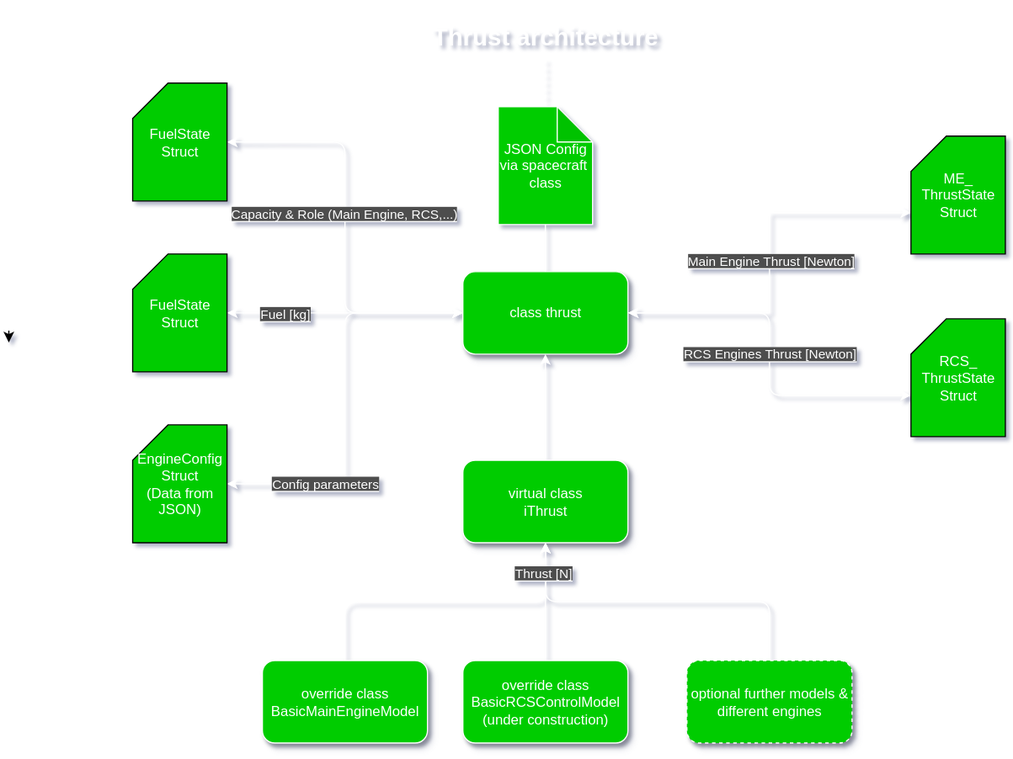
This is static/img/architecture/thrustStructure.drawio.svg from gerd-lrt-dev/aerospace-simulation, a draw.io export, as it was before one commit. Source tidied: cells renumbered, new cells last; positions are measured from the earlier drawing's top-left corner, leaving out a move shared by most shapes.
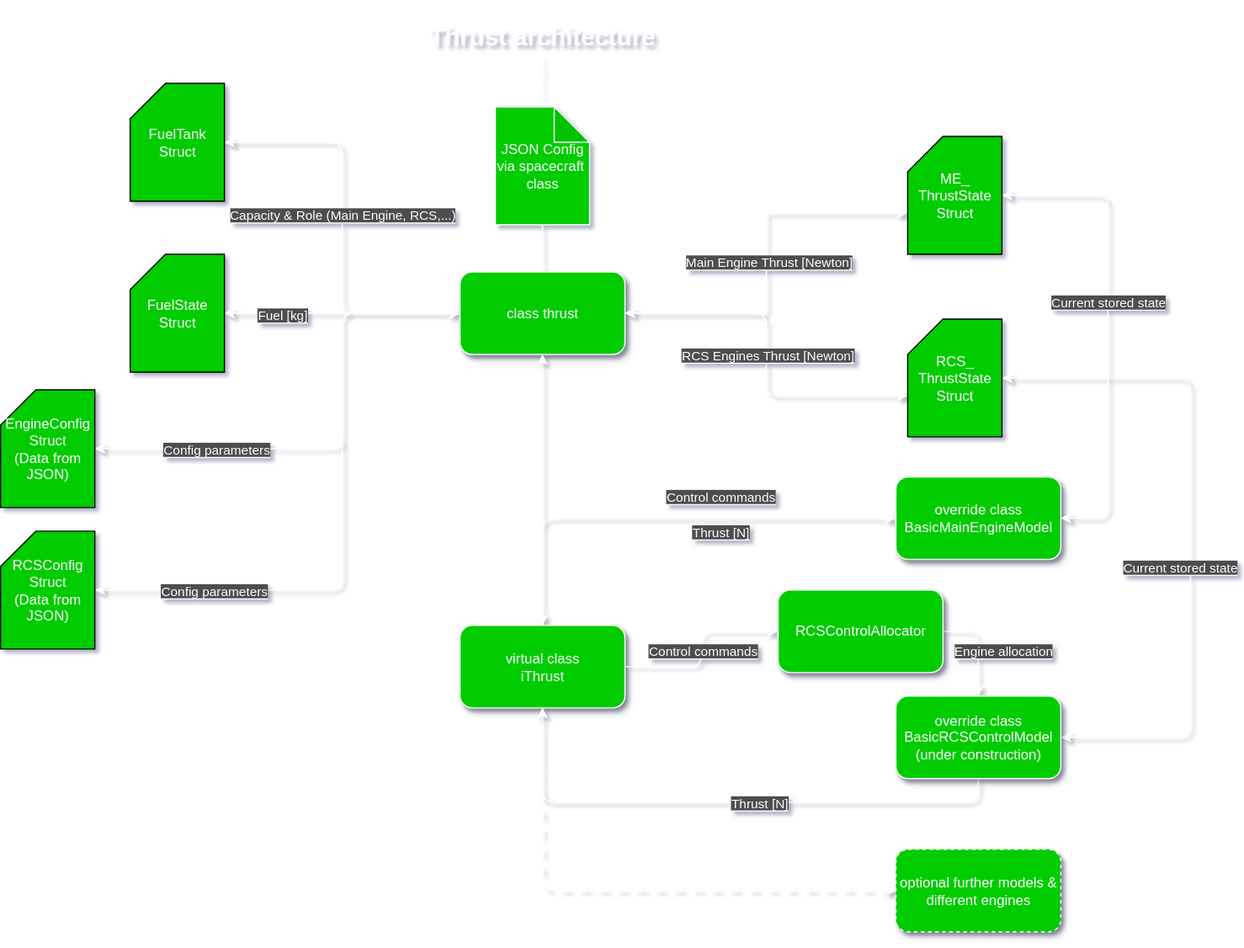
Later version of the same file.

What changed in the source:
```diff
@@ -17,32 +17,24 @@
     <mxCell id="5" style="edgeStyle=orthogonalEdgeStyle;rounded=0;jettySize=auto;html=1;exitX=0.5;exitY=0;exitDx=0;exitDy=0;entryX=0.5;entryY=1;entryDx=0;entryDy=0;strokeColor=#FFFFFF;" parent="1" edge="1" source="6" target="2">
       <mxGeometry relative="1" as="geometry" />
     </mxCell>
+    <mxCell id="33" style="edgeStyle=orthogonalEdgeStyle;rounded=1;jettySize=auto;html=1;exitX=0.5;exitY=1;exitDx=0;exitDy=0;entryX=0;entryY=0.5;entryDx=0;entryDy=0;dashed=1;dashPattern=8 8;curved=0;strokeColor=#FFFFFF;startArrow=classic;startFill=1;" parent="1" edge="1" source="6" target="10">
+      <mxGeometry relative="1" as="geometry" />
+    </mxCell>
     <mxCell id="6" value="&lt;font style=&quot;color: rgb(255, 255, 255);&quot;&gt;virtual class&lt;/font&gt;&lt;div&gt;&lt;font style=&quot;color: rgb(255, 255, 255);&quot;&gt;iThrust&lt;/font&gt;&lt;/div&gt;" style="rounded=1;whiteSpace=wrap;html=1;strokeColor=#FFFFFF;fillColor=#00CC00;shadow=1;" parent="1" vertex="1">
-      <mxGeometry x="385" y="390" width="140" height="70" as="geometry" />
+      <mxGeometry x="385" y="530" width="140" height="70" as="geometry" />
     </mxCell>
-    <mxCell id="7" style="edgeStyle=orthogonalEdgeStyle;rounded=1;jettySize=auto;html=1;exitX=0.5;exitY=0;exitDx=0;exitDy=0;strokeColor=#FFFFFF;curved=0;" parent="1" edge="1" source="8">
-      <mxGeometry relative="1" as="geometry">
-        <mxPoint x="455" y="460" as="targetPoint" />
-      </mxGeometry>
-    </mxCell>
+    <mxCell id="34" style="edgeStyle=orthogonalEdgeStyle;rounded=1;jettySize=auto;html=1;exitX=0;exitY=0.5;exitDx=0;exitDy=0;entryX=0.5;entryY=0;entryDx=0;entryDy=0;strokeColor=#FFFFFF;curved=0;startArrow=classic;startFill=1;" parent="1" edge="1" source="8" target="6">
+      <mxGeometry relative="1" as="geometry" />
+    </mxCell>
     <mxCell id="8" value="&lt;font style=&quot;color: rgb(255, 255, 255);&quot;&gt;override class&lt;/font&gt;&lt;div&gt;&lt;font style=&quot;color: rgb(255, 255, 255);&quot;&gt;BasicMainEngineModel&lt;/font&gt;&lt;/div&gt;" style="rounded=1;whiteSpace=wrap;html=1;strokeColor=#FFFFFF;fillColor=#00CC00;shadow=1;" parent="1" vertex="1">
-      <mxGeometry x="215" y="560" width="140" height="70" as="geometry" />
+      <mxGeometry x="755" y="404" width="140" height="70" as="geometry" />
     </mxCell>
-    <mxCell id="9" style="edgeStyle=orthogonalEdgeStyle;rounded=1;jettySize=auto;html=1;exitX=0.5;exitY=0;exitDx=0;exitDy=0;entryX=0.5;entryY=1;entryDx=0;entryDy=0;strokeColor=#FFFFFF;curved=0;" parent="1" edge="1" source="10" target="6">
-      <mxGeometry relative="1" as="geometry" />
-    </mxCell>
     <mxCell id="10" value="&lt;font style=&quot;color: rgb(255, 255, 255);&quot;&gt;optional further models &amp;amp; different engines&lt;/font&gt;" style="rounded=1;whiteSpace=wrap;html=1;strokeColor=#FFFFFF;fillColor=#00CC00;shadow=1;dashed=1;" parent="1" vertex="1">
-      <mxGeometry x="575" y="560" width="140" height="70" as="geometry" />
+      <mxGeometry x="755" y="720" width="140" height="70" as="geometry" />
     </mxCell>
     <mxCell id="11" value="&lt;font style=&quot;color: rgb(255, 255, 255); font-size: 21px;&quot;&gt;&lt;b&gt;Thrust architecture&lt;/b&gt;&lt;/font&gt;" style="text;html=1;align=center;verticalAlign=middle;whiteSpace=wrap;rounded=0;" parent="1" vertex="1">
       <mxGeometry x="325" width="260" height="60" as="geometry" />
     </mxCell>
-    <mxCell id="12" style="edgeStyle=orthogonalEdgeStyle;rounded=0;orthogonalLoop=1;jettySize=auto;html=1;exitX=0.25;exitY=0;exitDx=0;exitDy=0;entryX=0.25;entryY=0.143;entryDx=0;entryDy=0;entryPerimeter=0;" parent="1" edge="1">
-      <mxGeometry relative="1" as="geometry">
-        <mxPoint y="280" as="sourcePoint" />
-        <mxPoint y="290" as="targetPoint" />
-      </mxGeometry>
-    </mxCell>
     <mxCell id="13" style="edgeStyle=orthogonalEdgeStyle;rounded=1;jettySize=auto;html=1;exitX=1;exitY=0.5;exitDx=0;exitDy=0;exitPerimeter=0;entryX=0;entryY=0.5;entryDx=0;entryDy=0;strokeColor=#FFFFFF;curved=0;startArrow=classic;startFill=1;" parent="1" edge="1" source="15" target="2">
       <mxGeometry relative="1" as="geometry" />
     </mxCell>
@@ -53,13 +45,18 @@
       <mxGeometry x="105" y="215" width="80" height="100" as="geometry" />
     </mxCell>
     <mxCell id="16" style="edgeStyle=orthogonalEdgeStyle;rounded=1;jettySize=auto;html=1;exitX=1;exitY=0.5;exitDx=0;exitDy=0;exitPerimeter=0;strokeColor=#FFFFFF;curved=0;entryX=0;entryY=0.5;entryDx=0;entryDy=0;startArrow=classic;startFill=1;" parent="1" edge="1" source="18" target="2">
-      <mxGeometry relative="1" as="geometry" />
+      <mxGeometry relative="1" as="geometry">
+        <Array as="points">
+          <mxPoint x="285" y="380" />
+          <mxPoint x="285" y="265" />
+        </Array>
+      </mxGeometry>
     </mxCell>
     <mxCell id="17" value="&lt;font style=&quot;color: rgb(255, 255, 255); background-color: rgb(77, 77, 77);&quot;&gt;Config parameters&lt;/font&gt;" style="edgeLabel;html=1;align=center;verticalAlign=middle;" parent="16" vertex="1">
       <mxGeometry x="-0.52" relative="1" as="geometry" />
     </mxCell>
     <mxCell id="18" value="&lt;font style=&quot;color: rgb(255, 255, 255);&quot;&gt;EngineConfig&lt;/font&gt;&lt;div&gt;&lt;font style=&quot;color: rgb(255, 255, 255);&quot;&gt;Struct&lt;/font&gt;&lt;/div&gt;&lt;div&gt;&lt;font style=&quot;color: rgb(255, 255, 255);&quot;&gt;(Data from JSON)&lt;/font&gt;&lt;/div&gt;" style="shape=card;whiteSpace=wrap;html=1;fillColor=#00CC00;" parent="1" vertex="1">
-      <mxGeometry x="105" y="360" width="80" height="100" as="geometry" />
+      <mxGeometry x="-5" y="330" width="80" height="100" as="geometry" />
     </mxCell>
     <mxCell id="19" style="edgeStyle=orthogonalEdgeStyle;rounded=0;jettySize=auto;html=1;exitX=0;exitY=0;exitDx=0;exitDy=65;exitPerimeter=0;entryX=1;entryY=0.5;entryDx=0;entryDy=0;strokeColor=#FFFFFF;startArrow=classic;startFill=1;" parent="1" edge="1" source="21" target="2">
       <mxGeometry relative="1" as="geometry" />
@@ -67,6 +64,17 @@
     <mxCell id="20" value="&lt;font style=&quot;color: rgb(255, 255, 255); background-color: rgb(77, 77, 77);&quot;&gt;Main Engine Thrust [Newton]&lt;/font&gt;" style="edgeLabel;html=1;align=center;verticalAlign=middle;" parent="19" vertex="1">
       <mxGeometry x="-0.01" y="1" relative="1" as="geometry" />
     </mxCell>
+    <mxCell id="35" style="edgeStyle=orthogonalEdgeStyle;rounded=1;jettySize=auto;html=1;exitX=1;exitY=0.5;exitDx=0;exitDy=0;exitPerimeter=0;entryX=1;entryY=0.5;entryDx=0;entryDy=0;curved=0;startArrow=classic;startFill=1;strokeColor=#FFFFFF;" parent="1" edge="1" source="21" target="8">
+      <mxGeometry relative="1" as="geometry">
+        <Array as="points">
+          <mxPoint x="935" y="165" />
+          <mxPoint x="935" y="439" />
+        </Array>
+      </mxGeometry>
+    </mxCell>
+    <mxCell id="36" value="&lt;font style=&quot;color: rgb(255, 255, 255); background-color: rgb(77, 77, 77);&quot;&gt;Current stored state&lt;/font&gt;" style="edgeLabel;html=1;align=center;verticalAlign=middle;" parent="35" vertex="1">
+      <mxGeometry x="-0.11" y="-1" relative="1" as="geometry" />
+    </mxCell>
     <mxCell id="21" value="&lt;div&gt;&lt;font color=&quot;#ffffff&quot;&gt;ME_&lt;/font&gt;&lt;/div&gt;&lt;font color=&quot;#ffffff&quot;&gt;ThrustState&lt;/font&gt;&lt;br&gt;&lt;div&gt;&lt;font style=&quot;color: rgb(255, 255, 255);&quot;&gt;Struct&lt;/font&gt;&lt;/div&gt;" style="shape=card;whiteSpace=wrap;html=1;fillColor=#00CC00;" parent="1" vertex="1">
       <mxGeometry x="765" y="115" width="80" height="100" as="geometry" />
     </mxCell>
@@ -84,28 +92,76 @@
     <mxCell id="25" value="&lt;font style=&quot;color: rgb(255, 255, 255); background-color: rgb(77, 77, 77);&quot;&gt;Capacity &amp;amp; Role (Main Engine, RCS,...)&lt;/font&gt;" style="edgeLabel;html=1;align=center;verticalAlign=middle;" parent="24" vertex="1">
       <mxGeometry x="-0.07" y="-1" relative="1" as="geometry" />
     </mxCell>
-    <mxCell id="26" value="&lt;font style=&quot;color: rgb(255, 255, 255);&quot;&gt;FuelState&lt;/font&gt;&lt;div&gt;&lt;font style=&quot;color: rgb(255, 255, 255);&quot;&gt;Struct&lt;/font&gt;&lt;/div&gt;" style="shape=card;whiteSpace=wrap;html=1;fillColor=#00CC00;" parent="1" vertex="1">
+    <mxCell id="26" value="&lt;font style=&quot;color: rgb(255, 255, 255);&quot;&gt;FuelTank&lt;/font&gt;&lt;div&gt;&lt;font style=&quot;color: rgb(255, 255, 255);&quot;&gt;Struct&lt;/font&gt;&lt;/div&gt;" style="shape=card;whiteSpace=wrap;html=1;fillColor=#00CC00;" parent="1" vertex="1">
       <mxGeometry x="105" y="70" width="80" height="100" as="geometry" />
     </mxCell>
     <mxCell id="27" style="edgeStyle=orthogonalEdgeStyle;rounded=1;jettySize=auto;html=1;exitX=0;exitY=0;exitDx=0;exitDy=65;exitPerimeter=0;entryX=1;entryY=0.5;entryDx=0;entryDy=0;curved=0;startArrow=classic;startFill=1;strokeColor=#FFFFFF;" parent="1" edge="1" source="28" target="2">
       <mxGeometry relative="1" as="geometry" />
     </mxCell>
+    <mxCell id="37" style="edgeStyle=orthogonalEdgeStyle;rounded=1;jettySize=auto;html=1;exitX=1;exitY=0.5;exitDx=0;exitDy=0;exitPerimeter=0;entryX=1;entryY=0.5;entryDx=0;entryDy=0;curved=0;strokeColor=#FFFFFF;startArrow=classic;startFill=1;" parent="1" edge="1" source="28" target="32">
+      <mxGeometry relative="1" as="geometry">
+        <Array as="points">
+          <mxPoint x="1005" y="320" />
+          <mxPoint x="1005" y="625" />
+        </Array>
+      </mxGeometry>
+    </mxCell>
     <mxCell id="28" value="&lt;div&gt;&lt;font color=&quot;#ffffff&quot;&gt;RCS_&lt;/font&gt;&lt;/div&gt;&lt;font color=&quot;#ffffff&quot;&gt;ThrustState&lt;/font&gt;&lt;br&gt;&lt;div&gt;&lt;font style=&quot;color: rgb(255, 255, 255);&quot;&gt;Struct&lt;/font&gt;&lt;/div&gt;" style="shape=card;whiteSpace=wrap;html=1;fillColor=#00CC00;" parent="1" vertex="1">
       <mxGeometry x="765" y="270" width="80" height="100" as="geometry" />
     </mxCell>
     <mxCell id="29" value="&lt;font style=&quot;color: rgb(255, 255, 255); background-color: rgb(77, 77, 77);&quot;&gt;RCS Engines Thrust [Newton]&lt;/font&gt;" style="edgeLabel;html=1;align=center;verticalAlign=middle;" parent="1" vertex="1">
       <mxGeometry x="645" y="300" as="geometry" />
     </mxCell>
-    <mxCell id="30" style="edgeStyle=orthogonalEdgeStyle;rounded=1;jettySize=auto;html=1;exitX=0.5;exitY=0;exitDx=0;exitDy=0;curved=0;strokeColor=#FFFFFF;" parent="1" edge="1" source="32">
-      <mxGeometry relative="1" as="geometry">
-        <mxPoint x="455.1" y="460" as="targetPoint" />
-      </mxGeometry>
-    </mxCell>
-    <mxCell id="31" value="&lt;font style=&quot;color: rgb(255, 255, 255); background-color: rgb(77, 77, 77);&quot;&gt;Thrust [N]&lt;/font&gt;" style="edgeLabel;html=1;align=center;verticalAlign=middle;" parent="30" vertex="1">
-      <mxGeometry x="0.47" y="2" relative="1" as="geometry" />
-    </mxCell>
+    <mxCell id="38" style="edgeStyle=orthogonalEdgeStyle;rounded=1;jettySize=auto;html=1;exitX=0.5;exitY=1;exitDx=0;exitDy=0;entryX=0.5;entryY=1;entryDx=0;entryDy=0;curved=0;strokeColor=#FFFFFF;" parent="1" edge="1" source="32" target="6">
+      <mxGeometry relative="1" as="geometry" />
+    </mxCell>
+    <mxCell id="39" value="&lt;font style=&quot;color: rgb(255, 255, 255); background-color: rgb(77, 77, 77);&quot;&gt;Thrust [N]&lt;/font&gt;" style="edgeLabel;html=1;align=center;verticalAlign=middle;" parent="38" vertex="1">
+      <mxGeometry x="-0.12" y="3" relative="1" as="geometry">
+        <mxPoint y="-3" as="offset" />
+      </mxGeometry>
+    </mxCell>
     <mxCell id="32" value="&lt;font style=&quot;color: rgb(255, 255, 255);&quot;&gt;override class&lt;/font&gt;&lt;div&gt;&lt;font style=&quot;color: rgb(255, 255, 255);&quot;&gt;BasicRCSControlModel&lt;/font&gt;&lt;/div&gt;&lt;div&gt;&lt;font style=&quot;color: rgb(255, 255, 255);&quot;&gt;(under construction)&lt;/font&gt;&lt;/div&gt;" style="rounded=1;whiteSpace=wrap;html=1;strokeColor=#FFFFFF;fillColor=#00CC00;shadow=1;" parent="1" vertex="1">
-      <mxGeometry x="385" y="560" width="140" height="70" as="geometry" />
+      <mxGeometry x="755" y="590" width="140" height="70" as="geometry" />
     </mxCell>
+    <mxCell id="40" style="edgeStyle=orthogonalEdgeStyle;rounded=1;jettySize=auto;html=1;exitX=1;exitY=0.5;exitDx=0;exitDy=0;exitPerimeter=0;entryX=0;entryY=0.5;entryDx=0;entryDy=0;curved=0;strokeColor=#FFFFFF;startArrow=classic;startFill=1;" parent="1" edge="1" source="41" target="2">
+      <mxGeometry relative="1" as="geometry">
+        <Array as="points">
+          <mxPoint x="285" y="500" />
+          <mxPoint x="285" y="265" />
+        </Array>
+      </mxGeometry>
+    </mxCell>
+    <mxCell id="41" value="&lt;font style=&quot;color: rgb(255, 255, 255);&quot;&gt;RCSConfig&lt;/font&gt;&lt;div&gt;&lt;font style=&quot;color: rgb(255, 255, 255);&quot;&gt;Struct&lt;/font&gt;&lt;/div&gt;&lt;div&gt;&lt;font style=&quot;color: rgb(255, 255, 255);&quot;&gt;(Data from JSON)&lt;/font&gt;&lt;/div&gt;" style="shape=card;whiteSpace=wrap;html=1;fillColor=#00CC00;" parent="1" vertex="1">
+      <mxGeometry x="-5" y="450" width="80" height="100" as="geometry" />
+    </mxCell>
+    <mxCell id="42" value="&lt;font style=&quot;color: rgb(255, 255, 255); background-color: rgb(77, 77, 77);&quot;&gt;Config parameters&lt;/font&gt;" style="edgeLabel;html=1;align=center;verticalAlign=middle;" parent="1" vertex="1">
+      <mxGeometry x="175" y="500" as="geometry" />
+    </mxCell>
+    <mxCell id="43" style="edgeStyle=orthogonalEdgeStyle;rounded=1;jettySize=auto;html=1;exitX=0;exitY=0.5;exitDx=0;exitDy=0;entryX=1;entryY=0.5;entryDx=0;entryDy=0;curved=0;strokeColor=#FFFFFF;startArrow=classic;startFill=1;endArrow=none;endFill=0;" parent="1" edge="1" source="47" target="6">
+      <mxGeometry relative="1" as="geometry" />
+    </mxCell>
+    <mxCell id="44" value="&lt;font style=&quot;color: rgb(255, 255, 255); background-color: rgb(77, 77, 77);&quot;&gt;Control commands&lt;/font&gt;" style="edgeLabel;html=1;align=center;verticalAlign=middle;" parent="43" vertex="1">
+      <mxGeometry x="0.01" relative="1" as="geometry" />
+    </mxCell>
+    <mxCell id="45" style="edgeStyle=orthogonalEdgeStyle;rounded=1;jettySize=auto;html=1;exitX=1;exitY=0.5;exitDx=0;exitDy=0;entryX=0.5;entryY=0;entryDx=0;entryDy=0;curved=0;strokeColor=#FFFFFF;" parent="1" edge="1" source="47" target="32">
+      <mxGeometry relative="1" as="geometry" />
+    </mxCell>
+    <mxCell id="46" value="&lt;font style=&quot;color: rgb(255, 255, 255); background-color: rgb(77, 77, 77);&quot;&gt;Engine allocation&lt;/font&gt;" style="edgeLabel;html=1;align=center;verticalAlign=middle;" parent="45" vertex="1">
+      <mxGeometry x="0.08" y="2" relative="1" as="geometry">
+        <mxPoint x="18" as="offset" />
+      </mxGeometry>
+    </mxCell>
+    <mxCell id="47" value="&lt;font color=&quot;#ffffff&quot;&gt;RCSControlAllocator&lt;/font&gt;" style="rounded=1;whiteSpace=wrap;html=1;strokeColor=#FFFFFF;fillColor=#00CC00;shadow=1;" parent="1" vertex="1">
+      <mxGeometry x="655" y="500" width="140" height="70" as="geometry" />
+    </mxCell>
+    <mxCell id="48" value="&lt;font style=&quot;color: rgb(255, 255, 255); background-color: rgb(77, 77, 77);&quot;&gt;Thrust [N]&lt;/font&gt;" style="edgeLabel;html=1;align=center;verticalAlign=middle;" parent="1" vertex="1">
+      <mxGeometry x="605" y="450" as="geometry" />
+    </mxCell>
+    <mxCell id="49" value="&lt;font style=&quot;color: rgb(255, 255, 255); background-color: rgb(77, 77, 77);&quot;&gt;Control commands&lt;/font&gt;" style="edgeLabel;html=1;align=center;verticalAlign=middle;" parent="1" vertex="1">
+      <mxGeometry x="605" y="420" as="geometry" />
+    </mxCell>
+    <mxCell id="50" value="&lt;font style=&quot;color: rgb(255, 255, 255); background-color: rgb(77, 77, 77);&quot;&gt;Current stored state&lt;/font&gt;" style="edgeLabel;html=1;align=center;verticalAlign=middle;" parent="1" vertex="1">
+      <mxGeometry x="995" y="480" as="geometry" />
+    </mxCell>
   </root>
 </mxGraphModel>
```
